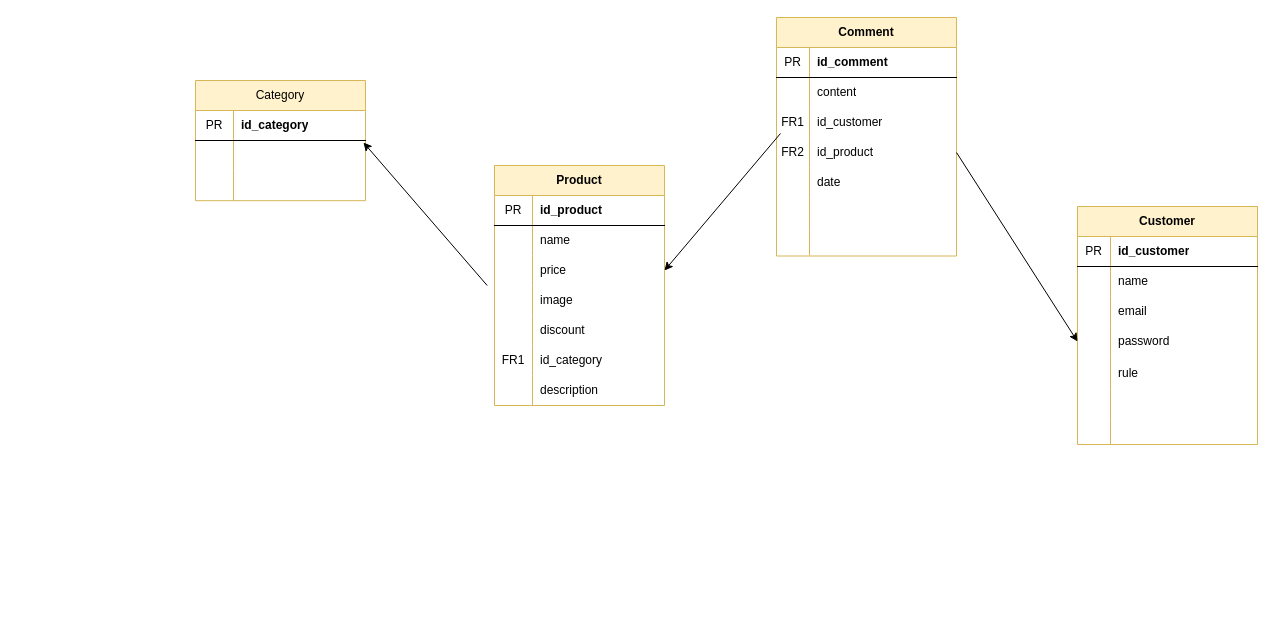
Above: page "database" (2 of 2) of Untitled Diagram.drawio in doshidev99/FPOLY_DUAN1 (draw.io), before the change. Source tidied: cells renumbered, new cells numbered last; positions are measured from the earlier drawing's top-left corner, leaving out a move shared by most shapes. Both pictures are drawn from the tidied source at 100%, with x=0, y=0 at pixel (195, 17).
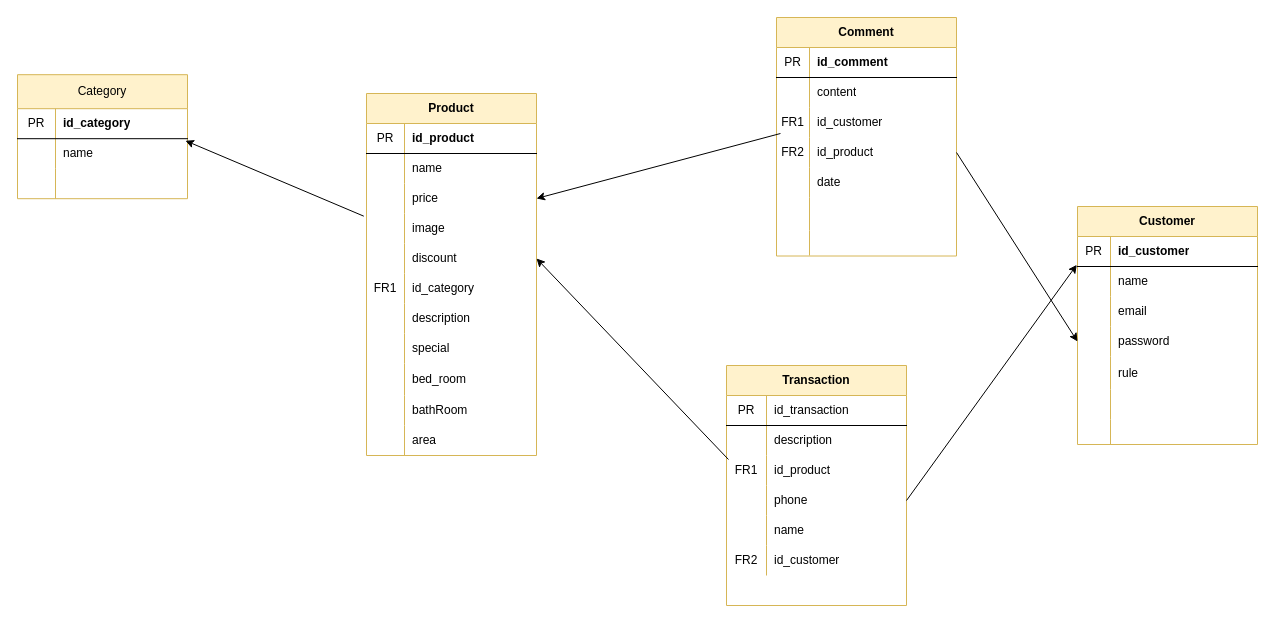
After the change.

The change refers to these unchanged cells:
```xml
<mxCell id="22" style="shape=partialRectangle;html=1;whiteSpace=wrap;fillColor=none;top=0;left=0;bottom=0;right=0;points=[[0,0.5],[1,0.5]];portConstraint=eastwest;" parent="12" vertex="1">
  <mxGeometry y="120" width="170" height="30" as="geometry" />
</mxCell>
<mxCell id="25" style="shape=partialRectangle;html=1;whiteSpace=wrap;fillColor=none;top=0;left=0;bottom=0;right=0;points=[[0,0.5],[1,0.5]];portConstraint=eastwest;" parent="12" vertex="1">
  <mxGeometry y="150" width="170" height="30" as="geometry" />
</mxCell>
<mxCell id="60" style="shape=partialRectangle;html=1;whiteSpace=wrap;fillColor=none;top=0;left=0;bottom=0;right=0;points=[[0,0.5],[1,0.5]];portConstraint=eastwest;" parent="56" vertex="1">
  <mxGeometry y="60" width="180" height="30" as="geometry" />
</mxCell>
```

Diff of the diagram source:
```diff
@@
-    <mxCell id="2" value="Category" style="shape=table;html=1;whiteSpace=wrap;startSize=30;childLayout=tableLayout;rowLines=0;fontStyle=0;align=center;fillColor=#fff2cc;strokeColor=#d6b656;" parent="1" vertex="1">
-      <mxGeometry y="63" width="170" height="120.2" as="geometry" />
+    <mxCell id="2" value="Category" style="shape=table;html=1;whiteSpace=wrap;startSize=34;childLayout=tableLayout;rowLines=0;fontStyle=0;align=center;fillColor=#fff2cc;strokeColor=#d6b656;" parent="1" vertex="1">
+      <mxGeometry x="-178" y="57.2" width="170" height="124" as="geometry" />
     </mxCell>
     <mxCell id="3" style="shape=partialRectangle;html=1;whiteSpace=wrap;fillColor=none;top=0;left=0;bottom=1;right=0;" parent="2" vertex="1">
-      <mxGeometry y="30" width="170" height="30" as="geometry" />
+      <mxGeometry y="34" width="170" height="30" as="geometry" />
     </mxCell>
@@
     <mxCell id="6" style="shape=partialRectangle;html=1;whiteSpace=wrap;fillColor=none;top=0;left=0;bottom=0;right=0;points=[[0,0.5],[1,0.5]];portConstraint=eastwest;" parent="2" vertex="1">
-      <mxGeometry y="60" width="170" height="30" as="geometry" />
+      <mxGeometry y="64" width="170" height="30" as="geometry" />
     </mxCell>
@@
-    <mxCell id="8" style="shape=partialRectangle;html=1;whiteSpace=wrap;fillColor=none;top=0;left=0;bottom=0;right=0;align=left;spacingLeft=6;overflow=hidden;" parent="6" vertex="1">
+    <mxCell id="8" value="name" style="shape=partialRectangle;html=1;whiteSpace=wrap;fillColor=none;top=0;left=0;bottom=0;right=0;align=left;spacingLeft=6;overflow=hidden;" parent="6" vertex="1">
       <mxGeometry x="38" width="132" height="30" as="geometry" />
     </mxCell>
     <mxCell id="9" style="shape=partialRectangle;html=1;whiteSpace=wrap;fillColor=none;top=0;left=0;bottom=0;right=0;" parent="2" vertex="1">
-      <mxGeometry y="90" width="170" height="30" as="geometry" />
+      <mxGeometry y="94" width="170" height="30" as="geometry" />
     </mxCell>
@@
     <mxCell id="12" value="Product" style="shape=table;html=1;whiteSpace=wrap;startSize=30;childLayout=tableLayout;rowLines=0;fontStyle=1;align=center;fillColor=#fff2cc;strokeColor=#d6b656;" parent="1" vertex="1">
-      <mxGeometry x="299" y="148" width="170" height="240" as="geometry" />
+      <mxGeometry x="171" y="76" width="170" height="362" as="geometry" />
     </mxCell>
@@
+    <mxCell id="81" style="shape=partialRectangle;html=1;whiteSpace=wrap;fillColor=none;top=0;left=0;bottom=0;right=0;" parent="12" vertex="1">
+      <mxGeometry y="240" width="170" height="30" as="geometry" />
+    </mxCell>
+    <mxCell id="82" style="shape=partialRectangle;html=1;whiteSpace=wrap;fillColor=none;top=0;left=0;bottom=0;right=0;overflow=hidden;" parent="81" vertex="1">
+      <mxGeometry width="38" height="30" as="geometry" />
+    </mxCell>
+    <mxCell id="83" value="special" style="shape=partialRectangle;html=1;whiteSpace=wrap;fillColor=none;top=0;left=0;bottom=0;right=0;align=left;spacingLeft=6;overflow=hidden;" parent="81" vertex="1">
+      <mxGeometry x="38" width="132" height="30" as="geometry" />
+    </mxCell>
+    <mxCell id="84" style="shape=partialRectangle;html=1;whiteSpace=wrap;fillColor=none;top=0;left=0;bottom=0;right=0;" parent="12" vertex="1">
+      <mxGeometry y="270" width="170" height="32" as="geometry" />
+    </mxCell>
+    <mxCell id="85" style="shape=partialRectangle;html=1;whiteSpace=wrap;fillColor=none;top=0;left=0;bottom=0;right=0;overflow=hidden;" parent="84" vertex="1">
+      <mxGeometry width="38" height="32" as="geometry" />
+    </mxCell>
+    <mxCell id="86" value="bed_room" style="shape=partialRectangle;html=1;whiteSpace=wrap;fillColor=none;top=0;left=0;bottom=0;right=0;align=left;spacingLeft=6;overflow=hidden;" parent="84" vertex="1">
+      <mxGeometry x="38" width="132" height="32" as="geometry" />
+    </mxCell>
+    <mxCell id="87" style="shape=partialRectangle;html=1;whiteSpace=wrap;fillColor=none;top=0;left=0;bottom=0;right=0;" parent="12" vertex="1">
+      <mxGeometry y="302" width="170" height="30" as="geometry" />
+    </mxCell>
+    <mxCell id="88" style="shape=partialRectangle;html=1;whiteSpace=wrap;fillColor=none;top=0;left=0;bottom=0;right=0;overflow=hidden;" parent="87" vertex="1">
+      <mxGeometry width="38" height="30" as="geometry" />
+    </mxCell>
+    <mxCell id="89" value="bathRoom" style="shape=partialRectangle;html=1;whiteSpace=wrap;fillColor=none;top=0;left=0;bottom=0;right=0;align=left;spacingLeft=6;overflow=hidden;" parent="87" vertex="1">
+      <mxGeometry x="38" width="132" height="30" as="geometry" />
+    </mxCell>
+    <mxCell id="90" style="shape=partialRectangle;html=1;whiteSpace=wrap;fillColor=none;top=0;left=0;bottom=0;right=0;" parent="12" vertex="1">
+      <mxGeometry y="332" width="170" height="30" as="geometry" />
+    </mxCell>
+    <mxCell id="91" style="shape=partialRectangle;html=1;whiteSpace=wrap;fillColor=none;top=0;left=0;bottom=0;right=0;overflow=hidden;" parent="90" vertex="1">
+      <mxGeometry width="38" height="30" as="geometry" />
+    </mxCell>
+    <mxCell id="92" value="area" style="shape=partialRectangle;html=1;whiteSpace=wrap;fillColor=none;top=0;left=0;bottom=0;right=0;align=left;spacingLeft=6;overflow=hidden;" parent="90" vertex="1">
+      <mxGeometry x="38" width="132" height="30" as="geometry" />
+    </mxCell>
@@
-    <mxCell id="78" style="endArrow=classic;html=1;entryX=0.988;entryY=0.067;entryDx=0;entryDy=0;entryPerimeter=0;exitX=-0.043;exitY=0;exitDx=0;exitDy=0;exitPerimeter=0;" parent="1" edge="1" source="22" target="6">
+    <mxCell id="78" style="endArrow=classic;html=1;entryX=0.988;entryY=0.067;entryDx=0;entryDy=0;entryPerimeter=0;exitX=-0.016;exitY=0.089;exitDx=0;exitDy=0;exitPerimeter=0;" parent="1" edge="1" source="22" target="6">
       <mxGeometry relative="1" as="geometry" />
     </mxCell>
@@
+    <mxCell id="93" value="Transaction" style="shape=table;html=1;whiteSpace=wrap;startSize=30;childLayout=tableLayout;rowLines=0;fontStyle=1;align=center;fillColor=#fff2cc;strokeColor=#d6b656;" parent="1" vertex="1">
+      <mxGeometry x="531" y="348" width="180" height="240" as="geometry" />
+    </mxCell>
+    <mxCell id="94" style="shape=partialRectangle;html=1;whiteSpace=wrap;fillColor=none;top=0;left=0;bottom=1;right=0;" parent="93" vertex="1">
+      <mxGeometry y="30" width="180" height="30" as="geometry" />
+    </mxCell>
+    <mxCell id="95" value="PR" style="shape=partialRectangle;html=1;whiteSpace=wrap;fillColor=none;top=0;left=0;bottom=0;right=0;overflow=hidden;" parent="94" vertex="1">
+      <mxGeometry width="40" height="30" as="geometry" />
+    </mxCell>
+    <mxCell id="96" value="id_transaction" style="shape=partialRectangle;html=1;whiteSpace=wrap;fillColor=none;top=0;left=0;bottom=0;right=0;align=left;spacingLeft=6;overflow=hidden;" parent="94" vertex="1">
+      <mxGeometry x="40" width="140" height="30" as="geometry" />
+    </mxCell>
+    <mxCell id="97" style="shape=partialRectangle;html=1;whiteSpace=wrap;fillColor=none;top=0;left=0;bottom=0;right=0;" parent="93" vertex="1">
+      <mxGeometry y="60" width="180" height="30" as="geometry" />
+    </mxCell>
+    <mxCell id="98" style="shape=partialRectangle;html=1;whiteSpace=wrap;fillColor=none;top=0;left=0;bottom=0;right=0;overflow=hidden;" parent="97" vertex="1">
+      <mxGeometry width="40" height="30" as="geometry" />
+    </mxCell>
+    <mxCell id="99" value="description" style="shape=partialRectangle;html=1;whiteSpace=wrap;fillColor=none;top=0;left=0;bottom=0;right=0;align=left;spacingLeft=6;overflow=hidden;" parent="97" vertex="1">
+      <mxGeometry x="40" width="140" height="30" as="geometry" />
+    </mxCell>
+    <mxCell id="100" style="shape=partialRectangle;html=1;whiteSpace=wrap;fillColor=none;top=0;left=0;bottom=0;right=0;points=[[0,0.5],[1,0.5]];portConstraint=eastwest;" parent="93" vertex="1">
+      <mxGeometry y="90" width="180" height="30" as="geometry" />
+    </mxCell>
+    <mxCell id="101" value="FR1" style="shape=partialRectangle;html=1;whiteSpace=wrap;fillColor=none;top=0;left=0;bottom=0;right=0;overflow=hidden;" parent="100" vertex="1">
+      <mxGeometry width="40" height="30" as="geometry" />
+    </mxCell>
+    <mxCell id="102" value="id_product" style="shape=partialRectangle;html=1;whiteSpace=wrap;fillColor=none;top=0;left=0;bottom=0;right=0;align=left;spacingLeft=6;overflow=hidden;" parent="100" vertex="1">
+      <mxGeometry x="40" width="140" height="30" as="geometry" />
+    </mxCell>
+    <mxCell id="103" style="shape=partialRectangle;html=1;whiteSpace=wrap;fillColor=none;top=0;left=0;bottom=0;right=0;points=[[0,0.5],[1,0.5]];portConstraint=eastwest;" parent="93" vertex="1">
+      <mxGeometry y="120" width="180" height="30" as="geometry" />
+    </mxCell>
+    <mxCell id="104" style="shape=partialRectangle;html=1;whiteSpace=wrap;fillColor=none;top=0;left=0;bottom=0;right=0;overflow=hidden;" parent="103" vertex="1">
+      <mxGeometry width="40" height="30" as="geometry" />
+    </mxCell>
+    <mxCell id="105" value="phone" style="shape=partialRectangle;html=1;whiteSpace=wrap;fillColor=none;top=0;left=0;bottom=0;right=0;align=left;spacingLeft=6;overflow=hidden;" parent="103" vertex="1">
+      <mxGeometry x="40" width="140" height="30" as="geometry" />
+    </mxCell>
+    <mxCell id="106" style="shape=partialRectangle;html=1;whiteSpace=wrap;fillColor=none;top=0;left=0;bottom=0;right=0;" parent="93" vertex="1">
+      <mxGeometry y="150" width="180" height="30" as="geometry" />
+    </mxCell>
+    <mxCell id="107" style="shape=partialRectangle;html=1;whiteSpace=wrap;fillColor=none;top=0;left=0;bottom=0;right=0;overflow=hidden;" parent="106" vertex="1">
+      <mxGeometry width="40" height="30" as="geometry" />
+    </mxCell>
+    <mxCell id="108" value="name" style="shape=partialRectangle;html=1;whiteSpace=wrap;fillColor=none;top=0;left=0;bottom=0;right=0;align=left;spacingLeft=6;overflow=hidden;" parent="106" vertex="1">
+      <mxGeometry x="40" width="140" height="30" as="geometry" />
+    </mxCell>
+    <mxCell id="109" style="shape=partialRectangle;html=1;whiteSpace=wrap;fillColor=none;top=0;left=0;bottom=0;right=0;" parent="93" vertex="1">
+      <mxGeometry y="180" width="180" height="30" as="geometry" />
+    </mxCell>
+    <mxCell id="110" value="FR2" style="shape=partialRectangle;html=1;whiteSpace=wrap;fillColor=none;top=0;left=0;bottom=0;right=0;overflow=hidden;" parent="109" vertex="1">
+      <mxGeometry width="40" height="30" as="geometry" />
+    </mxCell>
+    <mxCell id="111" value="id_customer" style="shape=partialRectangle;html=1;whiteSpace=wrap;fillColor=none;top=0;left=0;bottom=0;right=0;align=left;spacingLeft=6;overflow=hidden;" parent="109" vertex="1">
+      <mxGeometry x="40" width="140" height="30" as="geometry" />
+    </mxCell>
+    <mxCell id="112" style="endArrow=classic;html=1;exitX=0.011;exitY=0.133;exitDx=0;exitDy=0;exitPerimeter=0;entryX=1;entryY=0.5;entryDx=0;entryDy=0;" parent="1" edge="1" source="100" target="25">
+      <mxGeometry relative="1" as="geometry" />
+    </mxCell>
+    <mxCell id="113" style="endArrow=classic;html=1;entryX=-0.004;entryY=-0.056;entryDx=0;entryDy=0;entryPerimeter=0;exitX=1;exitY=0.5;exitDx=0;exitDy=0;" parent="1" edge="1" source="103" target="60">
+      <mxGeometry relative="1" as="geometry" />
+    </mxCell>
```
